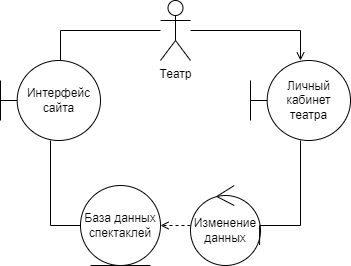
The draw.io diagram src/pract2/uml_fethe_change.png in yarosshest/MIREA-AnalysisOfSystems, before a commit. Source tidied: cells renumbered, new cells last; positions are measured from the earlier drawing's top-left corner, leaving out a move shared by most shapes.
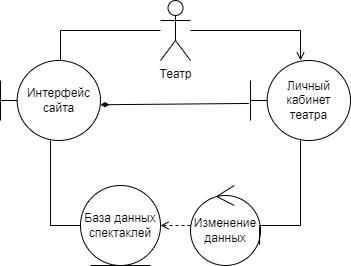
Above is the later version.

Diff of the diagram source:
```diff
@@ -49,5 +49,8 @@
     <mxCell id="11" value="Театр" style="shape=umlActor;verticalLabelPosition=bottom;verticalAlign=top;html=1;outlineConnect=0;fillColor=none;" parent="1" vertex="1">
       <mxGeometry x="160" width="30" height="60" as="geometry" />
     </mxCell>
+    <mxCell id="12" style="endArrow=diamondThin;html=1;rounded=0;exitX=-0.017;exitY=0.537;exitDx=0;exitDy=0;exitPerimeter=0;endFill=1;entryX=1;entryY=0.553;entryDx=0;entryDy=0;entryPerimeter=0;strokeWidth=1;" parent="1" edge="1" source="9" target="4">
+      <mxGeometry relative="1" as="geometry" />
+    </mxCell>
   </root>
 </mxGraphModel>
```
